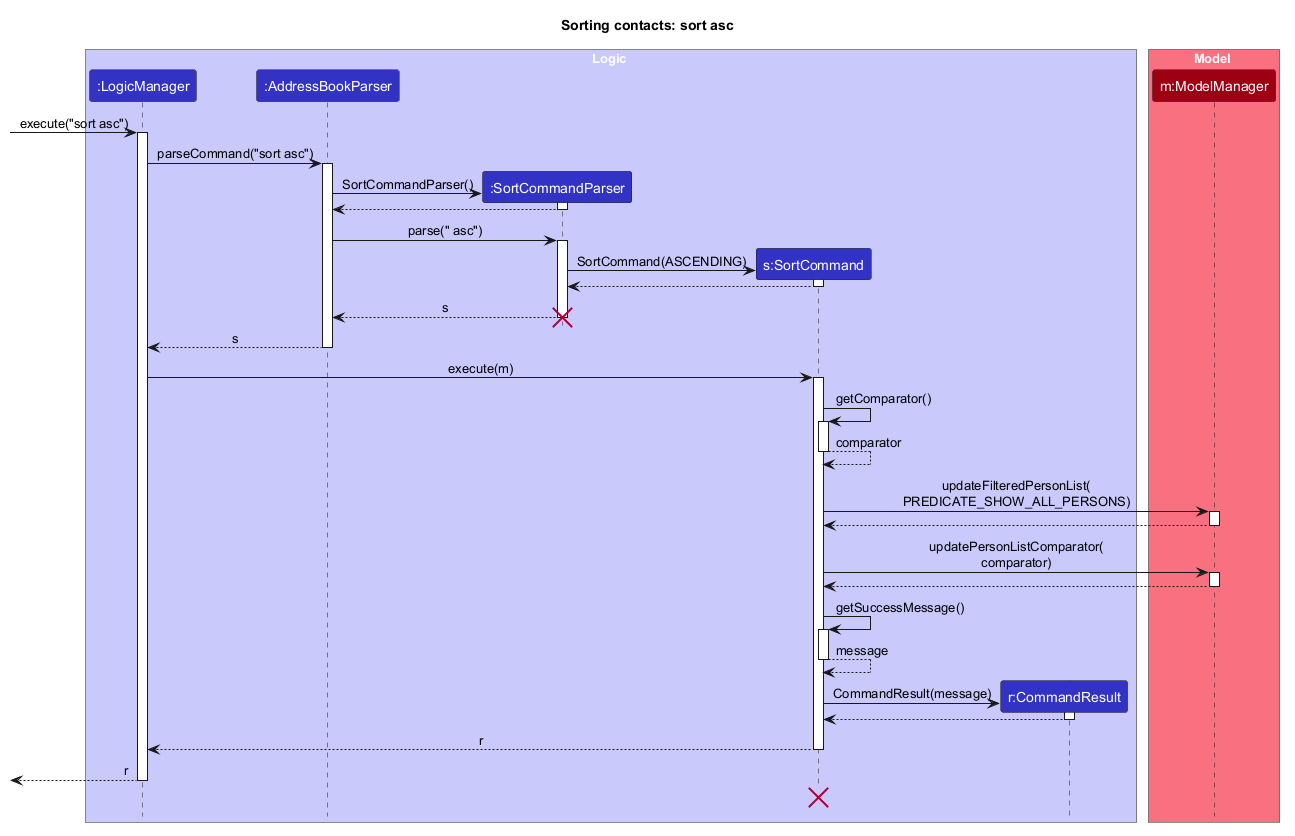
Before: docs/images/SortSequenceDiagram.png, a diagram exported from PlantUML (AY2627S1-CS2103T-W08-3/tp).
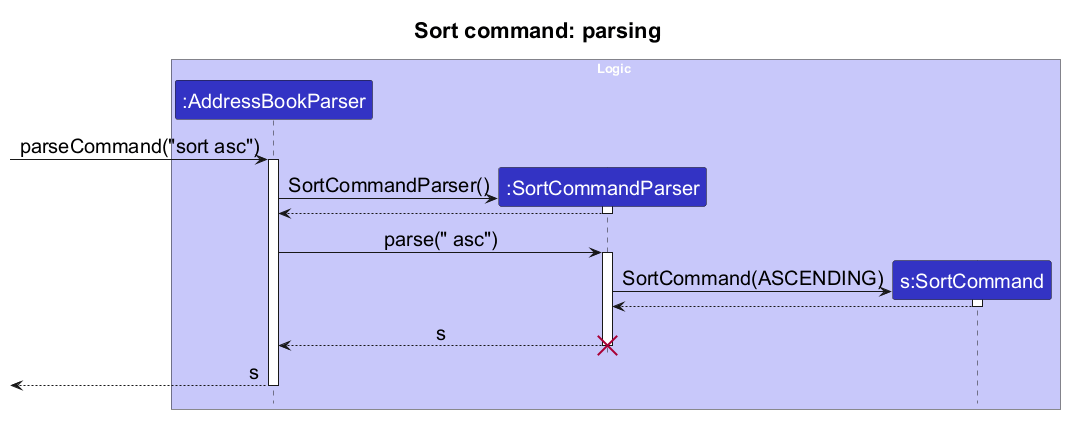
The same file after the commit.

Commit message:
Split sort sequence diagram for readability

Change to the diagram source:
```diff
@@ -2,27 +2,22 @@
 !include style.puml
 
 skinparam ArrowFontStyle plain
+skinparam sequenceArrowFontSize 20
+skinparam sequenceParticipantFontSize 20
+skinparam sequenceBoxFontSize 20
+skinparam TitleFontSize 22
 skinparam sequenceMessageAlign center
 hide footbox
 
-title Sorting contacts: sort asc
+title Sort command: parsing
 
 box Logic LOGIC_COLOR_T1
-participant ":LogicManager" as LogicManager LOGIC_COLOR
 participant ":AddressBookParser" as AddressBookParser LOGIC_COLOR
 participant ":SortCommandParser" as SortCommandParser LOGIC_COLOR
 participant "s:SortCommand" as SortCommand LOGIC_COLOR
-participant "r:CommandResult" as CommandResult LOGIC_COLOR
 end box
 
-box Model MODEL_COLOR_T1
-participant "m:ModelManager" as Model MODEL_COLOR
-end box
-
-[-> LogicManager : execute("sort asc")
-activate LogicManager
-
-LogicManager -> AddressBookParser : parseCommand("sort asc")
+[-> AddressBookParser : parseCommand("sort asc")
 activate AddressBookParser
 
 create SortCommandParser
@@ -44,44 +39,7 @@
 deactivate SortCommandParser
 destroy SortCommandParser
 
-AddressBookParser --> LogicManager : s
+[<-- AddressBookParser : s
 deactivate AddressBookParser
 
-LogicManager -> SortCommand : execute(m)
-activate SortCommand
-
-SortCommand -> SortCommand : getComparator()
-activate SortCommand
-SortCommand --> SortCommand : comparator
-deactivate SortCommand
-
-SortCommand -> Model : updateFilteredPersonList(\nPREDICATE_SHOW_ALL_PERSONS)
-activate Model
-Model --> SortCommand
-deactivate Model
-
-SortCommand -> Model : updatePersonListComparator(\ncomparator)
-activate Model
-Model --> SortCommand
-deactivate Model
-
-SortCommand -> SortCommand : getSuccessMessage()
-activate SortCommand
-SortCommand --> SortCommand : message
-deactivate SortCommand
-
-create CommandResult
-SortCommand -> CommandResult : CommandResult(message)
-activate CommandResult
-CommandResult --> SortCommand
-deactivate CommandResult
-
-SortCommand --> LogicManager : r
-deactivate SortCommand
-
-[<-- LogicManager : r
-!pragma teoz false
-destroy SortCommand
-deactivate LogicManager
-
 @enduml
```
